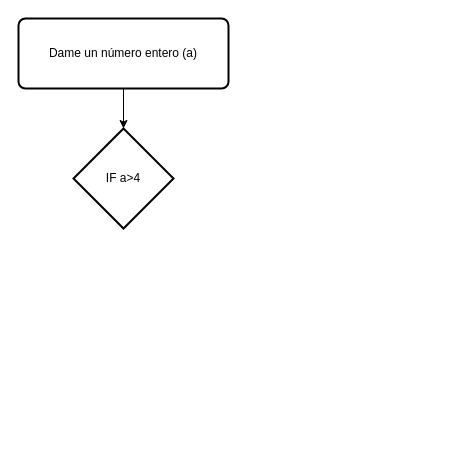
Above: Diagram01.drawio in jgt69/Linux (draw.io), before the change. Source tidied: cells renumbered, new cells numbered last; positions are measured from the earlier drawing's top-left corner, leaving out a move shared by most shapes. Both pictures are drawn from the tidied source at 100%, with x=0, y=0 at pixel (18, 18).
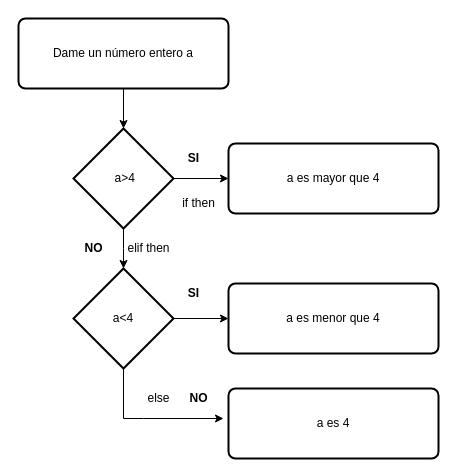
After the change.

What changed in the source:
```diff
@@
+    <mxCell id="5" style="edgeStyle=orthogonalEdgeStyle;rounded=0;jettySize=auto;html=1;" parent="1" edge="1" source="2" target="7">
+      <mxGeometry relative="1" as="geometry" />
+    </mxCell>
+    <mxCell id="6" style="edgeStyle=orthogonalEdgeStyle;rounded=0;jettySize=auto;html=1;" parent="1" edge="1" source="2">
+      <mxGeometry relative="1" as="geometry">
+        <mxPoint x="105" y="250" as="targetPoint" />
+      </mxGeometry>
+    </mxCell>
-    <mxCell id="2" value="IF a&amp;gt;4" style="strokeWidth=2;html=1;shape=mxgraph.flowchart.decision;whiteSpace=wrap;" parent="1" vertex="1">
+    <mxCell id="2" value="&amp;nbsp;a&amp;gt;4" style="strokeWidth=2;html=1;shape=mxgraph.flowchart.decision;whiteSpace=wrap;" parent="1" vertex="1">
       <mxGeometry x="55" y="110" width="100" height="100" as="geometry" />
     </mxCell>
@@
-    <mxCell id="4" value="Dame un número entero (a)" style="rounded=1;whiteSpace=wrap;html=1;absoluteArcSize=1;arcSize=14;strokeWidth=2;" parent="1" vertex="1">
+    <mxCell id="4" value="Dame un número entero a" style="rounded=1;whiteSpace=wrap;html=1;absoluteArcSize=1;arcSize=14;strokeWidth=2;" parent="1" vertex="1">
       <mxGeometry width="210" height="70" as="geometry" />
     </mxCell>
+    <mxCell id="7" value="a es mayor que 4" style="rounded=1;whiteSpace=wrap;html=1;absoluteArcSize=1;arcSize=14;strokeWidth=2;" parent="1" vertex="1">
+      <mxGeometry x="210" y="125" width="210" height="70" as="geometry" />
+    </mxCell>
+    <mxCell id="8" value="SI" style="text;html=1;align=center;verticalAlign=middle;fontStyle=1;" parent="1" vertex="1">
+      <mxGeometry x="160" y="130" width="30" height="20" as="geometry" />
+    </mxCell>
+    <mxCell id="9" value="NO" style="text;html=1;align=center;verticalAlign=middle;fontStyle=1;" parent="1" vertex="1">
+      <mxGeometry x="60" y="220" width="30" height="20" as="geometry" />
+    </mxCell>
+    <mxCell id="10" value="if then" style="text;html=1;align=center;verticalAlign=middle;" parent="1" vertex="1">
+      <mxGeometry x="155" y="175" width="50" height="20" as="geometry" />
+    </mxCell>
+    <mxCell id="11" value="else" style="text;html=1;align=center;verticalAlign=middle;" parent="1" vertex="1">
+      <mxGeometry x="120" y="370" width="40" height="20" as="geometry" />
+    </mxCell>
+    <mxCell id="12" style="edgeStyle=orthogonalEdgeStyle;rounded=0;jettySize=auto;html=1;" parent="1" edge="1" source="14" target="15">
+      <mxGeometry relative="1" as="geometry" />
+    </mxCell>
+    <mxCell id="13" style="edgeStyle=orthogonalEdgeStyle;rounded=0;jettySize=auto;html=1;" parent="1" edge="1" source="14">
+      <mxGeometry relative="1" as="geometry">
+        <mxPoint x="205" y="400" as="targetPoint" />
+        <Array as="points">
+          <mxPoint x="105" y="400" />
+          <mxPoint x="125" y="400" />
+        </Array>
+      </mxGeometry>
+    </mxCell>
+    <mxCell id="14" value="a&amp;lt;4" style="strokeWidth=2;html=1;shape=mxgraph.flowchart.decision;whiteSpace=wrap;" parent="1" vertex="1">
+      <mxGeometry x="55" y="250" width="100" height="100" as="geometry" />
+    </mxCell>
+    <mxCell id="15" value="a es menor que 4" style="rounded=1;whiteSpace=wrap;html=1;absoluteArcSize=1;arcSize=14;strokeWidth=2;" parent="1" vertex="1">
+      <mxGeometry x="210" y="265" width="210" height="70" as="geometry" />
+    </mxCell>
+    <mxCell id="16" value="a es 4" style="rounded=1;whiteSpace=wrap;html=1;absoluteArcSize=1;arcSize=14;strokeWidth=2;" parent="1" vertex="1">
+      <mxGeometry x="210" y="370" width="210" height="70" as="geometry" />
+    </mxCell>
+    <mxCell id="17" value="elif then" style="text;html=1;align=center;verticalAlign=middle;" parent="1" vertex="1">
+      <mxGeometry x="100" y="220" width="60" height="20" as="geometry" />
+    </mxCell>
+    <mxCell id="18" value="SI" style="text;html=1;align=center;verticalAlign=middle;fontStyle=1;" parent="1" vertex="1">
+      <mxGeometry x="160" y="265" width="30" height="20" as="geometry" />
+    </mxCell>
+    <mxCell id="19" value="NO" style="text;html=1;align=center;verticalAlign=middle;fontStyle=1;" parent="1" vertex="1">
+      <mxGeometry x="165" y="370" width="30" height="20" as="geometry" />
+    </mxCell>
```
